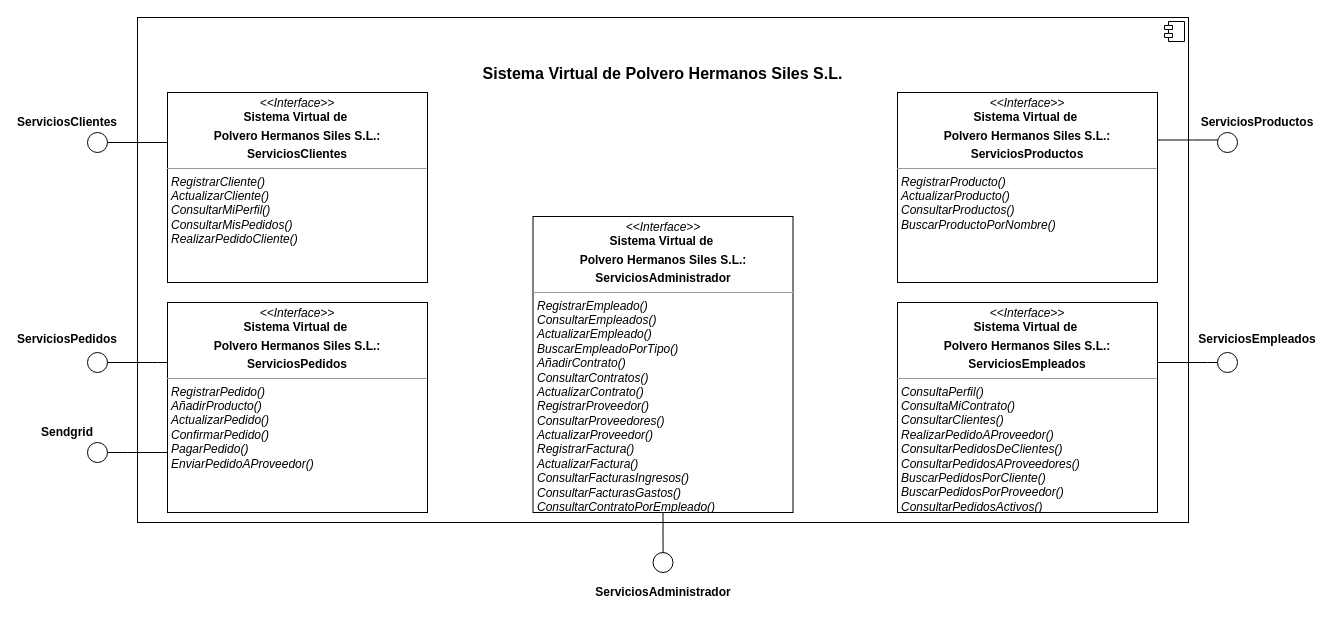
Above: diagramas/diagrama de interfaz de sistema/diagramaInterfazSistema.drawio in felipescalera/Proyecto-IR (draw.io), before the change. Source tidied: cells renumbered, new cells numbered last; positions are measured from the earlier drawing's top-left corner, leaving out a move shared by most shapes. Both pictures are drawn from the tidied source at 100%, with x=0, y=0 at pixel (47, 17).
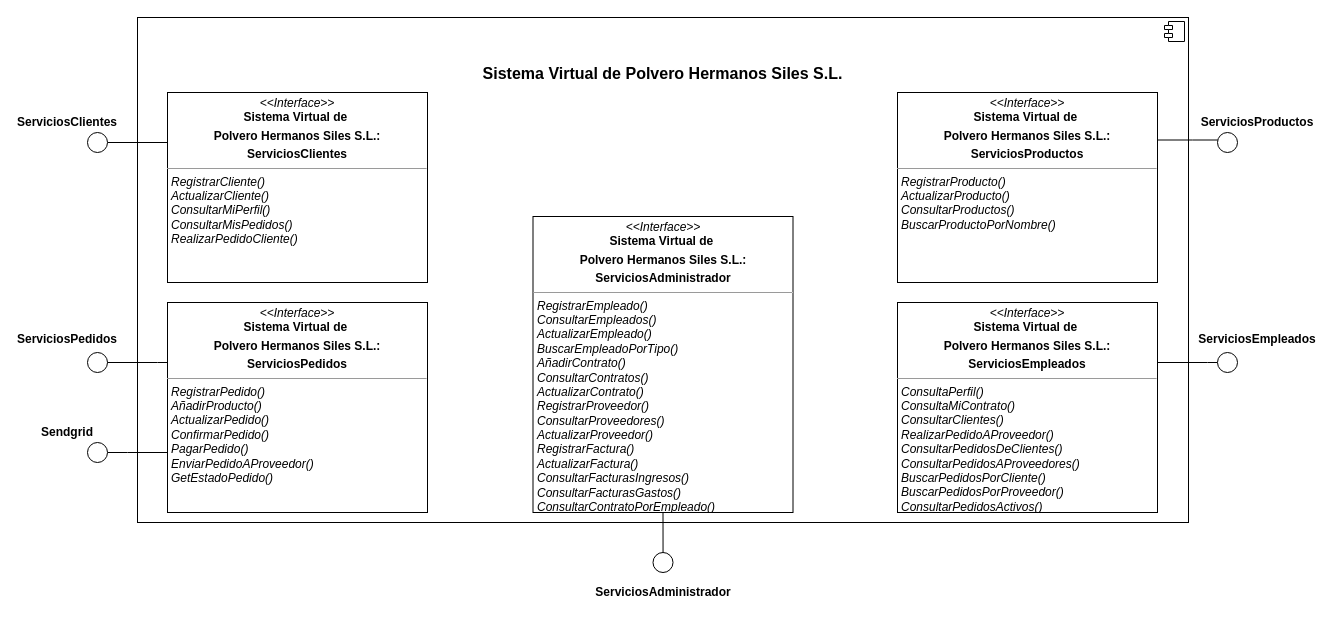
Above is the later version.

Diff of the diagram source:
```diff
@@
-    <mxCell id="8" value="&lt;p style=&quot;margin: 0px ; margin-top: 4px ; text-align: center&quot;&gt;&lt;i&gt;&amp;lt;&amp;lt;Interface&amp;gt;&amp;gt;&lt;/i&gt;&lt;br&gt;&lt;b&gt;Sistema Virtual de&amp;nbsp;&lt;/b&gt;&lt;br&gt;&lt;/p&gt;&lt;p style=&quot;margin: 0px ; margin-top: 4px ; text-align: center&quot;&gt;&lt;b&gt;Polvero Hermanos Siles S.L.:&lt;/b&gt;&lt;br&gt;&lt;/p&gt;&lt;p style=&quot;margin: 0px ; margin-top: 4px ; text-align: center&quot;&gt;&lt;b&gt;ServiciosPedidos&lt;/b&gt;&lt;/p&gt;&lt;hr size=&quot;1&quot;&gt;&lt;p style=&quot;margin: 0px ; margin-left: 4px&quot;&gt;&lt;i&gt;RegistrarPedido()&lt;/i&gt;&lt;/p&gt;&lt;p style=&quot;margin: 0px ; margin-left: 4px&quot;&gt;&lt;i&gt;AñadirProducto()&lt;/i&gt;&lt;/p&gt;&lt;p style=&quot;margin: 0px ; margin-left: 4px&quot;&gt;&lt;i&gt;ActualizarPedido()&lt;/i&gt;&lt;/p&gt;&lt;p style=&quot;margin: 0px ; margin-left: 4px&quot;&gt;&lt;i&gt;ConfirmarPedido()&lt;/i&gt;&lt;/p&gt;&lt;p style=&quot;margin: 0px ; margin-left: 4px&quot;&gt;&lt;i&gt;PagarPedido()&lt;/i&gt;&lt;/p&gt;&lt;p style=&quot;margin: 0px ; margin-left: 4px&quot;&gt;&lt;i&gt;EnviarPedidoAProveedor()&lt;/i&gt;&lt;/p&gt;" style="verticalAlign=top;align=left;overflow=fill;fontSize=12;fontFamily=Helvetica;html=1;" parent="1" vertex="1">
+    <mxCell id="8" value="&lt;p style=&quot;margin: 0px ; margin-top: 4px ; text-align: center&quot;&gt;&lt;i&gt;&amp;lt;&amp;lt;Interface&amp;gt;&amp;gt;&lt;/i&gt;&lt;br&gt;&lt;b&gt;Sistema Virtual de&amp;nbsp;&lt;/b&gt;&lt;br&gt;&lt;/p&gt;&lt;p style=&quot;margin: 0px ; margin-top: 4px ; text-align: center&quot;&gt;&lt;b&gt;Polvero Hermanos Siles S.L.:&lt;/b&gt;&lt;br&gt;&lt;/p&gt;&lt;p style=&quot;margin: 0px ; margin-top: 4px ; text-align: center&quot;&gt;&lt;b&gt;ServiciosPedidos&lt;/b&gt;&lt;/p&gt;&lt;hr size=&quot;1&quot;&gt;&lt;p style=&quot;margin: 0px ; margin-left: 4px&quot;&gt;&lt;i&gt;RegistrarPedido()&lt;/i&gt;&lt;/p&gt;&lt;p style=&quot;margin: 0px ; margin-left: 4px&quot;&gt;&lt;i&gt;AñadirProducto()&lt;/i&gt;&lt;/p&gt;&lt;p style=&quot;margin: 0px ; margin-left: 4px&quot;&gt;&lt;i&gt;ActualizarPedido()&lt;/i&gt;&lt;/p&gt;&lt;p style=&quot;margin: 0px ; margin-left: 4px&quot;&gt;&lt;i&gt;ConfirmarPedido()&lt;/i&gt;&lt;/p&gt;&lt;p style=&quot;margin: 0px ; margin-left: 4px&quot;&gt;&lt;i&gt;PagarPedido()&lt;/i&gt;&lt;/p&gt;&lt;p style=&quot;margin: 0px ; margin-left: 4px&quot;&gt;&lt;i&gt;EnviarPedidoAProveedor()&lt;/i&gt;&lt;/p&gt;&lt;p style=&quot;margin: 0px ; margin-left: 4px&quot;&gt;&lt;i&gt;GetEstadoPedido()&lt;/i&gt;&lt;/p&gt;" style="verticalAlign=top;align=left;overflow=fill;fontSize=12;fontFamily=Helvetica;html=1;" parent="1" vertex="1">
       <mxGeometry x="120" y="285" width="260" height="210" as="geometry" />
     </mxCell>
```
